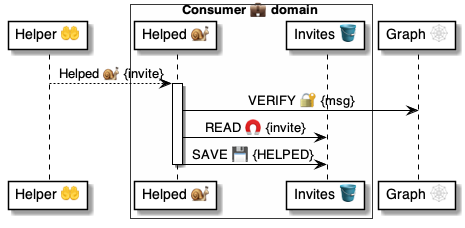
This is 4 ⚙️ Solution/41 🎭 Domain Roles/Consumers 💼/💼📨 Consumer msgs/Helped 🤲🐌💼/💼 Helped ⚙️ uml.png from pollyweb-org/pollyweb-docs, a PlantUML export, as it was before one commit. Its source is kept beside it as 4 ⚙️ Solution/41 🎭 Domain Roles/Consumers 💼/💼📨 Consumer msgs/Helped 🤲🐌💼/💼 Helped ⚙️ uml.puml.
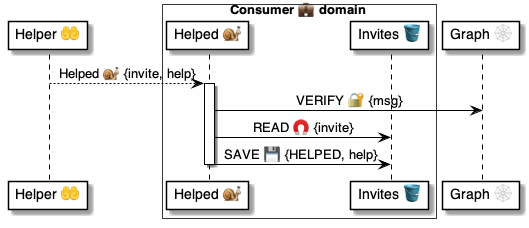
After the change.

Diff of the diagram source:
```diff
@@ -8,12 +8,12 @@
 participant "Graph 🕸" as graph
 
 
-helper --> consumer: Helped 🐌 {invite}
+helper --> consumer: Helped 🐌 {invite, help}
 
 activate consumer
     consumer -> graph: VERIFY 🔐 {msg}
     consumer -> invites: READ 🧲 {invite}
-    consumer -> invites: SAVE 💾 {HELPED}
+    consumer -> invites: SAVE 💾 {HELPED, help}
 deactivate consumer
 
 @enduml
```
